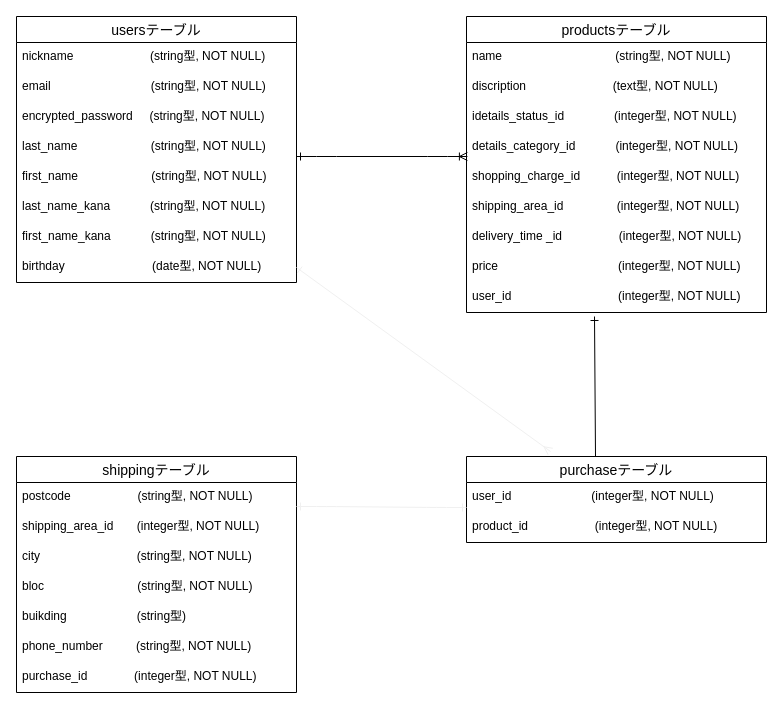
Above: furima.dio in ayaishi1213/furima-35244 (draw.io), before the change. Source tidied: cells renumbered, new cells numbered last; positions are measured from the earlier drawing's top-left corner, leaving out a move shared by most shapes. Both pictures are drawn from the tidied source at 100%, with x=0, y=0 at pixel (16, 16).
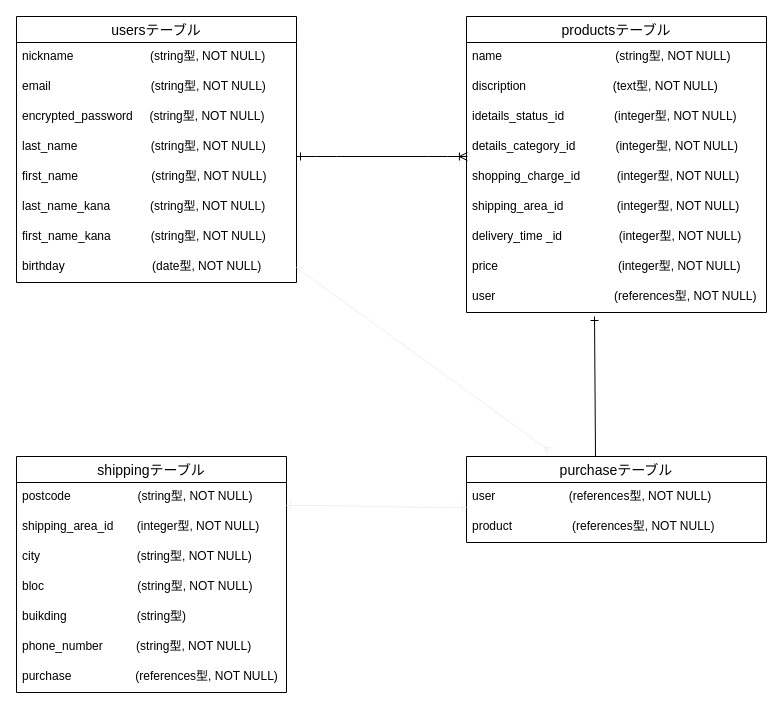
Above is the later version.

Commit message (it also covers changes not shown here):
データベース設計修正_3

Unchanged cells that the change refers to:
```xml
<mxCell id="2" value="productsテーブル" style="swimlane;fontStyle=0;horizontal=1;startSize=26;align=center;fontSize=14;" parent="1" vertex="1">
  <mxGeometry x="450" width="300" height="296" as="geometry" />
</mxCell>
<mxCell id="30" value="purchaseテーブル" style="swimlane;fontStyle=0;horizontal=1;startSize=26;align=center;fontSize=14;" parent="1" vertex="1">
  <mxGeometry x="450" y="440" width="300" height="86" as="geometry" />
</mxCell>
```

The edit, as a diff of the source:
```diff
@@
-    <mxCell id="11" value="user_id                                (integer型, NOT NULL)" style="text;strokeColor=none;fillColor=none;spacingLeft=4;spacingRight=4;overflow=hidden;fontSize=12;" parent="2" vertex="1">
-      <mxGeometry y="266" width="300" height="30" as="geometry" />
-    </mxCell>
+    <mxCell id="36" value="user                              　  (references型, NOT NULL)" style="text;strokeColor=none;fillColor=none;spacingLeft=4;spacingRight=4;overflow=hidden;fontSize=12;" parent="2" vertex="1">
+      <mxGeometry y="266" width="300" height="30" as="geometry" />
+    </mxCell>
@@
     <mxCell id="21" value="shippingテーブル" style="swimlane;fontStyle=0;horizontal=1;startSize=26;align=center;fontSize=14;" parent="1" vertex="1">
-      <mxGeometry y="440" width="280" height="236" as="geometry" />
+      <mxGeometry y="440" width="270" height="236" as="geometry" />
     </mxCell>
     <mxCell id="22" value="postcode                    (string型, NOT NULL)" style="text;strokeColor=none;fillColor=none;spacingLeft=4;spacingRight=4;overflow=hidden;points=[[0,0.5],[1,0.5]];portConstraint=eastwest;fontSize=12;" parent="21" vertex="1">
-      <mxGeometry y="26" width="280" height="30" as="geometry" />
+      <mxGeometry y="26" width="270" height="30" as="geometry" />
     </mxCell>
     <mxCell id="23" value="shipping_area_id       (integer型, NOT NULL)" style="text;strokeColor=none;fillColor=none;spacingLeft=4;spacingRight=4;overflow=hidden;fontSize=12;" parent="21" vertex="1">
-      <mxGeometry y="56" width="280" height="30" as="geometry" />
+      <mxGeometry y="56" width="270" height="30" as="geometry" />
     </mxCell>
     <mxCell id="24" value="city                             (string型, NOT NULL)" style="text;strokeColor=none;fillColor=none;spacingLeft=4;spacingRight=4;overflow=hidden;fontSize=12;" parent="21" vertex="1">
-      <mxGeometry y="86" width="280" height="30" as="geometry" />
+      <mxGeometry y="86" width="270" height="30" as="geometry" />
     </mxCell>
     <mxCell id="25" value="bloc                            (string型, NOT NULL)" style="text;strokeColor=none;fillColor=none;spacingLeft=4;spacingRight=4;overflow=hidden;fontSize=12;" parent="21" vertex="1">
-      <mxGeometry y="116" width="280" height="30" as="geometry" />
+      <mxGeometry y="116" width="270" height="30" as="geometry" />
     </mxCell>
     <mxCell id="26" value="buikding                     (string型)" style="text;strokeColor=none;fillColor=none;spacingLeft=4;spacingRight=4;overflow=hidden;fontSize=12;" parent="21" vertex="1">
-      <mxGeometry y="146" width="280" height="30" as="geometry" />
+      <mxGeometry y="146" width="270" height="30" as="geometry" />
     </mxCell>
     <mxCell id="27" value="phone_number          (string型, NOT NULL)" style="text;strokeColor=none;fillColor=none;spacingLeft=4;spacingRight=4;overflow=hidden;fontSize=12;" parent="21" vertex="1">
-      <mxGeometry y="176" width="280" height="30" as="geometry" />
+      <mxGeometry y="176" width="270" height="30" as="geometry" />
     </mxCell>
-    <mxCell id="28" value="purchase_id              (integer型, NOT NULL)&#10; " style="text;strokeColor=none;fillColor=none;spacingLeft=4;spacingRight=4;overflow=hidden;fontSize=12;" parent="21" vertex="1">
-      <mxGeometry y="206" width="280" height="30" as="geometry" />
+    <mxCell id="28" value="purchase         　  　 (references型, NOT NULL)&#10; " style="text;strokeColor=none;fillColor=none;spacingLeft=4;spacingRight=4;overflow=hidden;fontSize=12;" parent="21" vertex="1">
+      <mxGeometry y="206" width="270" height="30" as="geometry" />
     </mxCell>
@@
-    <mxCell id="31" value="user_id                        (integer型, NOT NULL)" style="text;strokeColor=none;fillColor=none;spacingLeft=4;spacingRight=4;overflow=hidden;fontSize=12;" parent="30" vertex="1">
+    <mxCell id="31" value="user                      (references型, NOT NULL)" style="text;strokeColor=none;fillColor=none;spacingLeft=4;spacingRight=4;overflow=hidden;fontSize=12;" parent="30" vertex="1">
       <mxGeometry y="26" width="300" height="30" as="geometry" />
     </mxCell>
-    <mxCell id="32" value="product_id                    (integer型, NOT NULL)" style="text;strokeColor=none;fillColor=none;spacingLeft=4;spacingRight=4;overflow=hidden;fontSize=12;" parent="30" vertex="1">
+    <mxCell id="32" value="product                  (references型, NOT NULL)" style="text;strokeColor=none;fillColor=none;spacingLeft=4;spacingRight=4;overflow=hidden;fontSize=12;" parent="30" vertex="1">
       <mxGeometry y="56" width="300" height="30" as="geometry" />
     </mxCell>
@@
-    <mxCell id="34" style="edgeStyle=entityRelationEdgeStyle;fontSize=12;html=1;endArrow=ERone;startArrow=ERone;strokeColor=#f0f0f0;startFill=0;endFill=0;" parent="1" edge="1">
+    <mxCell id="34" style="edgeStyle=entityRelationEdgeStyle;fontSize=12;html=1;endArrow=ERone;startArrow=ERone;strokeColor=#f0f0f0;startFill=0;endFill=0;exitX=1;exitY=0.767;exitDx=0;exitDy=0;exitPerimeter=0;" parent="1" edge="1" source="22">
       <mxGeometry relative="1" as="geometry">
-        <mxPoint x="280" y="490" as="sourcePoint" />
         <mxPoint x="450" y="491" as="targetPoint" />
       </mxGeometry>
     </mxCell>
```
